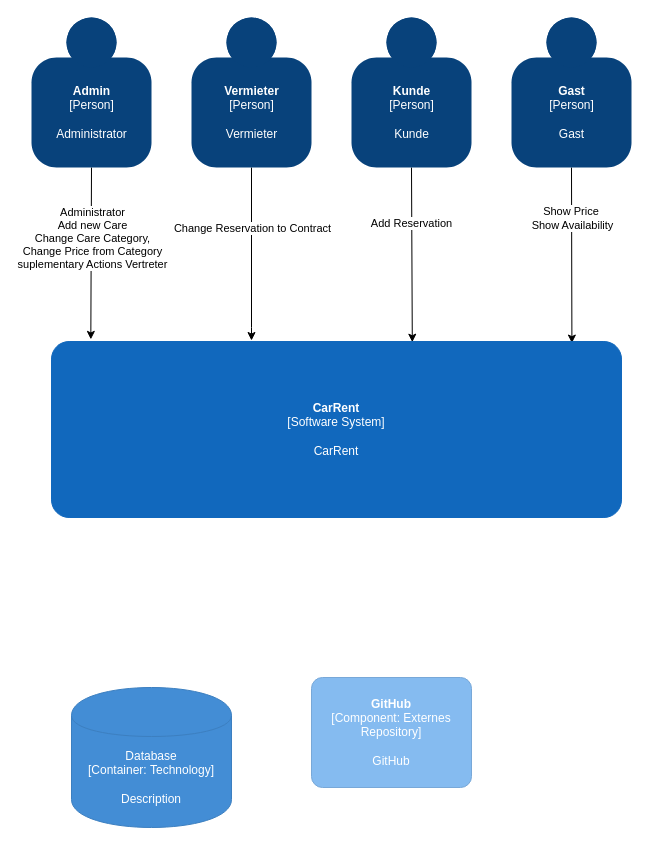
Before: page "Context" (1 of 3) of CarRent_BigPicture.drawio in W1z4rd64/carrent, a draw.io diagram. Source tidied: cells renumbered, new cells numbered last; positions are measured from the earlier drawing's top-left corner, leaving out a move shared by most shapes. Both pictures are drawn from the tidied source at 100%, with x=0, y=0 at pixel (31, 17).
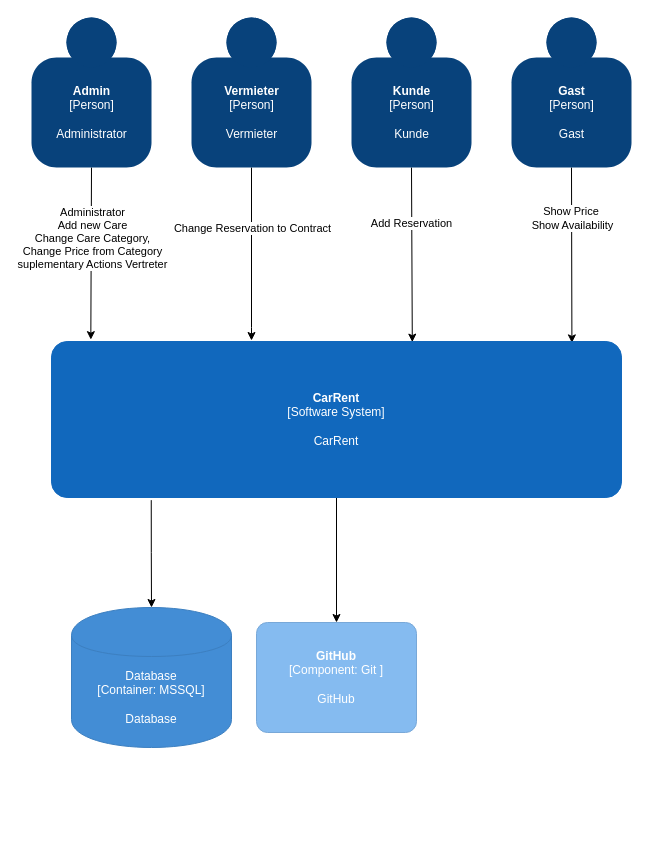
The same page after the edit.

What changed in the source:
```diff
@@
+    <mxCell id="17" style="edgeStyle=orthogonalEdgeStyle;rounded=0;jettySize=auto;html=1;entryX=0.5;entryY=0;entryDx=0;entryDy=0;entryPerimeter=0;exitX=0.175;exitY=1.017;exitDx=0;exitDy=0;exitPerimeter=0;" parent="1" edge="1" source="14" target="16">
+      <mxGeometry relative="1" as="geometry" />
+    </mxCell>
+    <mxCell id="18" style="edgeStyle=orthogonalEdgeStyle;rounded=0;jettySize=auto;html=1;" parent="1" edge="1" source="14" target="15">
+      <mxGeometry relative="1" as="geometry" />
+    </mxCell>
     <object id="14" label="&lt;b&gt;%c4Name%&lt;/b&gt;&lt;div&gt;[%c4Type%]&lt;/div&gt;&lt;br&gt;&lt;div&gt;%c4Description%&lt;/div&gt;" c4Description="CarRent" c4Name="CarRent" c4Type="Software System" placeholders="1">
       <mxCell style="rounded=1;whiteSpace=wrap;html=1;labelBackgroundColor=none;fillColor=#1168BD;fontColor=#ffffff;align=center;arcSize=10;strokeColor=#1168BD;metaData={&quot;c4Type&quot;:{&quot;editable&quot;:false}};points=[[0.25,0,0],[0.5,0,0],[0.75,0,0],[1,0.25,0],[1,0.5,0],[1,0.75,0],[0.75,1,0],[0.5,1,0],[0.25,1,0],[0,0.75,0],[0,0.5,0],[0,0.25,0]];" parent="1" vertex="1">
-        <mxGeometry x="20" y="324" width="570" height="176" as="geometry" />
+        <mxGeometry x="20" y="324" width="570" height="156" as="geometry" />
       </mxCell>
     </object>
-    <object id="15" label="&lt;b&gt;%c4Name%&lt;/b&gt;&lt;div&gt;[%c4Type%: %c4Technology%]&lt;/div&gt;&lt;br&gt;&lt;div&gt;%c4Description%&lt;/div&gt;" c4Description="GitHub" c4Name="GitHub" c4Technology="Externes Repository" c4Type="Component" placeholders="1">
+    <object id="15" label="&lt;b&gt;%c4Name%&lt;/b&gt;&lt;div&gt;[%c4Type%: %c4Technology%]&lt;/div&gt;&lt;br&gt;&lt;div&gt;%c4Description%&lt;/div&gt;" c4Description="GitHub" c4Name="GitHub" c4Technology="Git " c4Type="Component" placeholders="1">
       <mxCell style="rounded=1;whiteSpace=wrap;html=1;labelBackgroundColor=none;fillColor=#85BBF0;fontColor=#ffffff;align=center;arcSize=10;strokeColor=#78A8D8;metaData={&quot;c4Type&quot;:{&quot;editable&quot;:false}};points=[[0.25,0,0],[0.5,0,0],[0.75,0,0],[1,0.25,0],[1,0.5,0],[1,0.75,0],[0.75,1,0],[0.5,1,0],[0.25,1,0],[0,0.75,0],[0,0.5,0],[0,0.25,0]];" parent="1" vertex="1">
-        <mxGeometry x="280" y="660" width="160" height="110" as="geometry" />
+        <mxGeometry x="225" y="605" width="160" height="110" as="geometry" />
       </mxCell>
     </object>
-    <object id="16" label="%c4Type%&lt;div&gt;[Container:&amp;nbsp;%c4Technology%]&lt;/div&gt;&lt;br&gt;&lt;div&gt;%c4Description%&lt;/div&gt;" c4Description="Description" c4Technology="Technology" c4Type="Database" placeholders="1">
+    <object id="16" label="%c4Type%&lt;div&gt;[Container:&amp;nbsp;%c4Technology%]&lt;/div&gt;&lt;br&gt;&lt;div&gt;%c4Description%&lt;/div&gt;" c4Description="Database" c4Technology="MSSQL" c4Type="Database" placeholders="1">
       <mxCell style="shape=cylinder;whiteSpace=wrap;html=1;boundedLbl=1;rounded=0;labelBackgroundColor=none;fillColor=#438DD5;fontSize=12;fontColor=#ffffff;align=center;strokeColor=#3C7FC0;points=[[0.5,0,0],[1,0.25,0],[1,0.5,0],[1,0.75,0],[0.5,1,0],[0,0.75,0],[0,0.5,0],[0,0.25,0]];metaData={&quot;c4Type&quot;:{&quot;editable&quot;:false}};" parent="1" vertex="1">
-        <mxGeometry x="40" y="670" width="160" height="140" as="geometry" />
+        <mxGeometry x="40" y="590" width="160" height="140" as="geometry" />
       </mxCell>
     </object>
```
